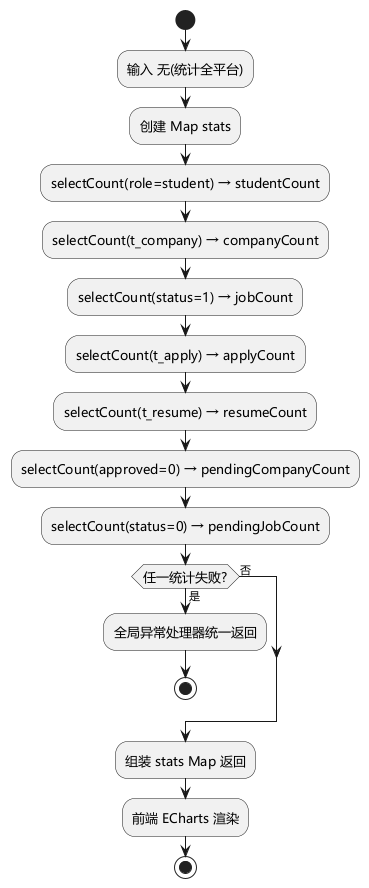
This is uml/png/李嘉文/平台数据统计核心算法流程图.png from sheep7-bot/recruit-internship-system, a PlantUML export, as it was before one commit. Its diagram source:
```plantuml
@startuml 平台数据统计核心算法流程图
skinparam defaultFontName "Microsoft YaHei"
skinparam activityDiamondFontSize 13
skinparam activityFontSize 13
skinparam defaultTextAlignment center

start
:输入 无(统计全平台);
:创建 Map stats;
:selectCount(role=student) → studentCount;
:selectCount(t_company) → companyCount;
:selectCount(status=1) → jobCount;
:selectCount(t_apply) → applyCount;
:selectCount(t_resume) → resumeCount;
:selectCount(approved=0) → pendingCompanyCount;
:selectCount(status=0) → pendingJobCount;
if (任一统计失败?) then (是)
  :全局异常处理器统一返回;
  stop
else (否)
endif
:组装 stats Map 返回;
:前端 ECharts 渲染;
stop
@enduml
```
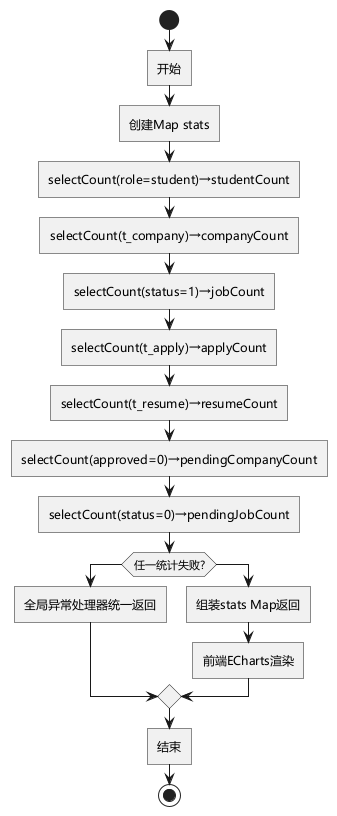
Above is the later version.

What changed in the source:
```diff
@@ -1,25 +1,23 @@
 @startuml 平台数据统计核心算法流程图
 skinparam defaultFontName "Microsoft YaHei"
-skinparam activityDiamondFontSize 13
-skinparam activityFontSize 13
-skinparam defaultTextAlignment center
+skinparam roundCorner 0
 
 start
-:输入 无(统计全平台);
-:创建 Map stats;
-:selectCount(role=student) → studentCount;
-:selectCount(t_company) → companyCount;
-:selectCount(status=1) → jobCount;
-:selectCount(t_apply) → applyCount;
-:selectCount(t_resume) → resumeCount;
-:selectCount(approved=0) → pendingCompanyCount;
-:selectCount(status=0) → pendingJobCount;
-if (任一统计失败?) then (是)
+:开始;
+:创建Map stats;
+:selectCount(role=student)→studentCount;
+:selectCount(t_company)→companyCount;
+:selectCount(status=1)→jobCount;
+:selectCount(t_apply)→applyCount;
+:selectCount(t_resume)→resumeCount;
+:selectCount(approved=0)→pendingCompanyCount;
+:selectCount(status=0)→pendingJobCount;
+if (任一统计失败?) then
   :全局异常处理器统一返回;
-  stop
-else (否)
+else
+  :组装stats Map返回;
+  :前端ECharts渲染;
 endif
-:组装 stats Map 返回;
-:前端 ECharts 渲染;
+:结束;
 stop
 @enduml
```
